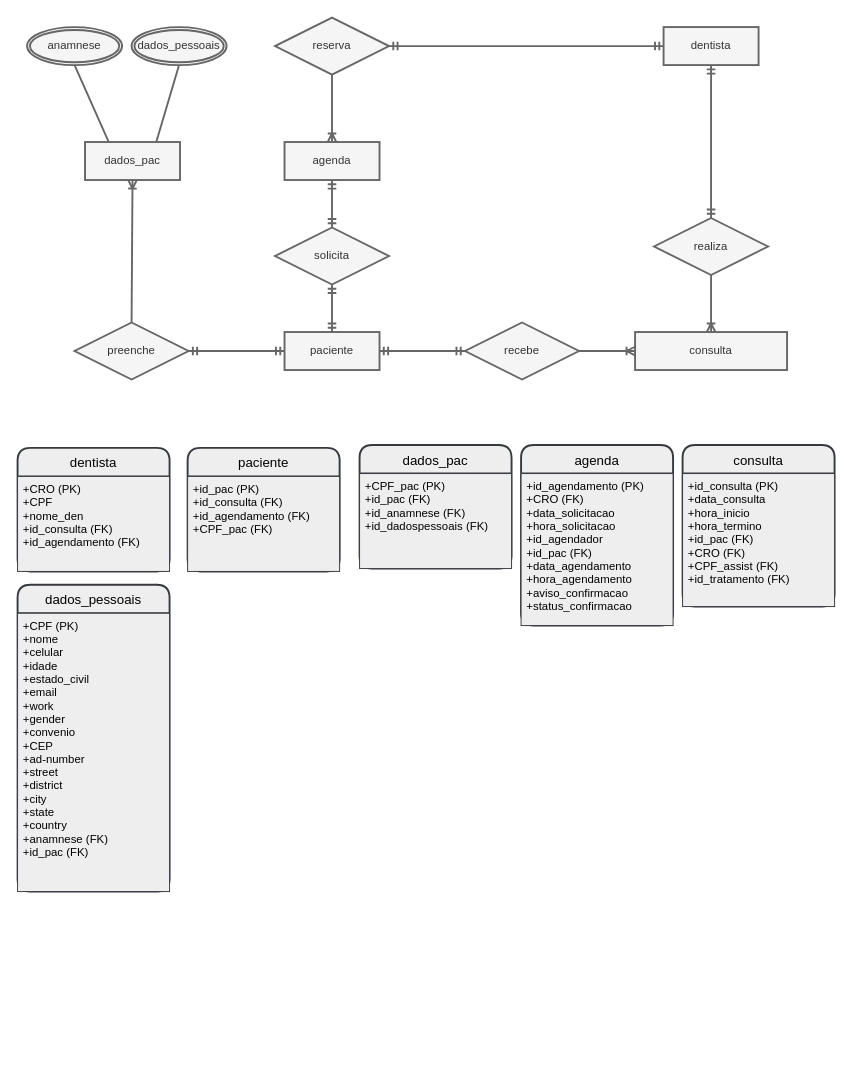
Above: Diagrama sem nome.drawio in fabiollg/Diagrama-ER-Consultorio (draw.io), before the change. Source tidied: cells renumbered, new cells numbered last; positions are measured from the earlier drawing's top-left corner, leaving out a move shared by most shapes. Both pictures are drawn from the tidied source at 95%, with x=0, y=0 at pixel (17, 17).
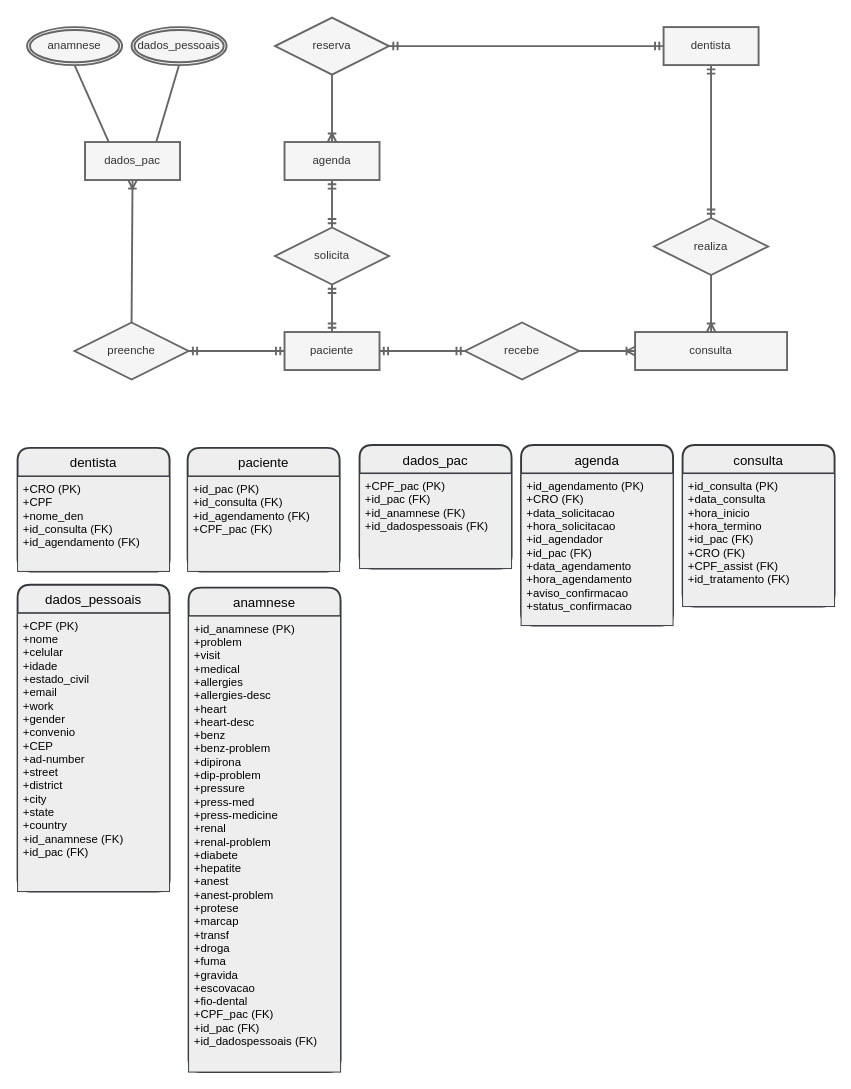
The same diagram, later.

Commit message:
Completada tabela anamnese

Unchanged cells that the change refers to:
```xml
<mxCell id="36" value="dados_pessoais" style="swimlane;horizontal=1;startSize=30;rounded=1;fontSize=14;fontStyle=0;strokeWidth=2;shadow=0;dashed=0;align=center;fillColor=#eeeeee;strokeColor=#36393d;fontColor=#000000;" parent="1" vertex="1">
  <mxGeometry y="597" width="160" height="323" as="geometry" />
</mxCell>
```

What changed in the source:
```diff
@@
-    <mxCell id="37" value="+CPF (PK)&#10;+nome&#10;+celular&#10;+idade&#10;+estado_civil&#10;+email&#10;+work&#10;+gender&#10;+convenio&#10;+CEP&#10;+ad-number&#10;+street&#10;+district&#10;+city&#10;+state&#10;+country&#10;+anamnese (FK)&#10;+id_pac (FK)" style="align=left;strokeColor=#36393d;fillColor=#eeeeee;spacingLeft=4;fontSize=12;verticalAlign=top;fontColor=#000000;" parent="36" vertex="1">
+    <mxCell id="37" value="+CPF (PK)&#10;+nome&#10;+celular&#10;+idade&#10;+estado_civil&#10;+email&#10;+work&#10;+gender&#10;+convenio&#10;+CEP&#10;+ad-number&#10;+street&#10;+district&#10;+city&#10;+state&#10;+country&#10;+id_anamnese (FK)&#10;+id_pac (FK)" style="align=left;strokeColor=#36393d;fillColor=#eeeeee;spacingLeft=4;fontSize=12;verticalAlign=top;fontColor=#000000;" parent="36" vertex="1">
       <mxGeometry y="30" width="160" height="293" as="geometry" />
     </mxCell>
+    <mxCell id="38" value="anamnese" style="swimlane;horizontal=1;startSize=30;rounded=1;fontSize=14;fontStyle=0;strokeWidth=2;shadow=0;dashed=0;align=center;fillColor=#eeeeee;strokeColor=#36393d;fontColor=#000000;" parent="1" vertex="1">
+      <mxGeometry x="180" y="600" width="160" height="510" as="geometry" />
+    </mxCell>
+    <mxCell id="39" value="+id_anamnese (PK)&#10;+problem&#10;+visit&#10;+medical&#10;+allergies&#10;+allergies-desc&#10;+heart&#10;+heart-desc&#10;+benz&#10;+benz-problem&#10;+dipirona&#10;+dip-problem&#10;+pressure&#10;+press-med&#10;+press-medicine&#10;+renal&#10;+renal-problem&#10;+diabete&#10;+hepatite&#10;+anest&#10;+anest-problem&#10;+protese&#10;+marcap&#10;+transf&#10;+droga&#10;+fuma&#10;+gravida&#10;+escovacao&#10;+fio-dental&#10;+CPF_pac (FK)&#10;+id_pac (FK)&#10;+id_dadospessoais (FK)" style="align=left;strokeColor=#36393d;fillColor=#eeeeee;spacingLeft=4;fontSize=12;verticalAlign=top;fontColor=#000000;" parent="38" vertex="1">
+      <mxGeometry y="30" width="160" height="480" as="geometry" />
+    </mxCell>
```
